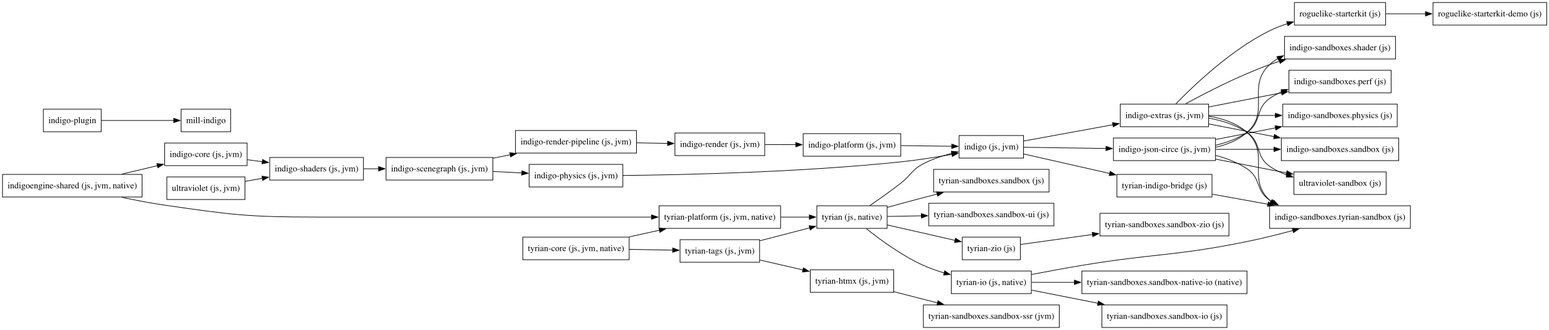
Earlier version of the Graphviz export diagrams/indigoengine.png (PurpleKingdomGames/indigoengine). Its source is kept beside it as diagrams/indigoengine.dot.
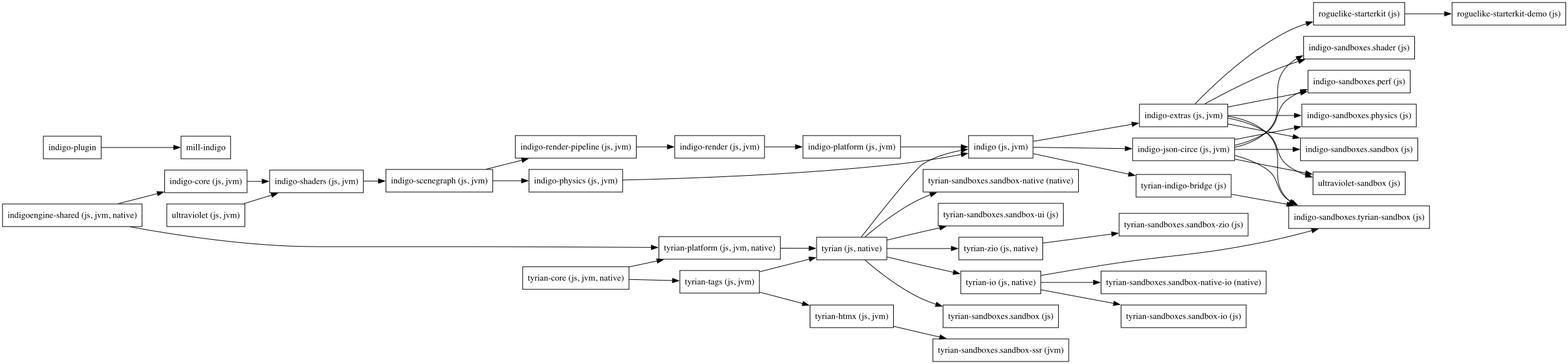
After the commit.

Commit message:
Diagram rebuild

Diff of the diagram source:
```diff
@@ -28,12 +28,13 @@
   "tyrian-platform (js, jvm, native)" ["style"="solid","shape"="box"]
   "tyrian-sandboxes.sandbox (js)" ["style"="solid","shape"="box"]
   "tyrian-sandboxes.sandbox-io (js)" ["style"="solid","shape"="box"]
+  "tyrian-sandboxes.sandbox-native (native)" ["style"="solid","shape"="box"]
   "tyrian-sandboxes.sandbox-native-io (native)" ["style"="solid","shape"="box"]
   "tyrian-sandboxes.sandbox-ssr (jvm)" ["style"="solid","shape"="box"]
   "tyrian-sandboxes.sandbox-ui (js)" ["style"="solid","shape"="box"]
   "tyrian-sandboxes.sandbox-zio (js)" ["style"="solid","shape"="box"]
   "tyrian-tags (js, jvm)" ["style"="solid","shape"="box"]
-  "tyrian-zio (js)" ["style"="solid","shape"="box"]
+  "tyrian-zio (js, native)" ["style"="solid","shape"="box"]
   "ultraviolet (js, jvm)" ["style"="solid","shape"="box"]
   "ultraviolet-sandbox (js)" ["style"="solid","shape"="box"]
   "indigo (js, jvm)" -> "indigo-extras (js, jvm)"
@@ -67,8 +68,9 @@
   "tyrian (js, native)" -> "indigo (js, jvm)"
   "tyrian (js, native)" -> "tyrian-io (js, native)"
   "tyrian (js, native)" -> "tyrian-sandboxes.sandbox (js)"
+  "tyrian (js, native)" -> "tyrian-sandboxes.sandbox-native (native)"
   "tyrian (js, native)" -> "tyrian-sandboxes.sandbox-ui (js)"
-  "tyrian (js, native)" -> "tyrian-zio (js)"
+  "tyrian (js, native)" -> "tyrian-zio (js, native)"
   "tyrian-core (js, jvm, native)" -> "tyrian-platform (js, jvm, native)"
   "tyrian-core (js, jvm, native)" -> "tyrian-tags (js, jvm)"
   "tyrian-htmx (js, jvm)" -> "tyrian-sandboxes.sandbox-ssr (jvm)"
@@ -79,6 +81,6 @@
   "tyrian-platform (js, jvm, native)" -> "tyrian (js, native)"
   "tyrian-tags (js, jvm)" -> "tyrian (js, native)"
   "tyrian-tags (js, jvm)" -> "tyrian-htmx (js, jvm)"
-  "tyrian-zio (js)" -> "tyrian-sandboxes.sandbox-zio (js)"
+  "tyrian-zio (js, native)" -> "tyrian-sandboxes.sandbox-zio (js)"
   "ultraviolet (js, jvm)" -> "indigo-shaders (js, jvm)"
 }
```
